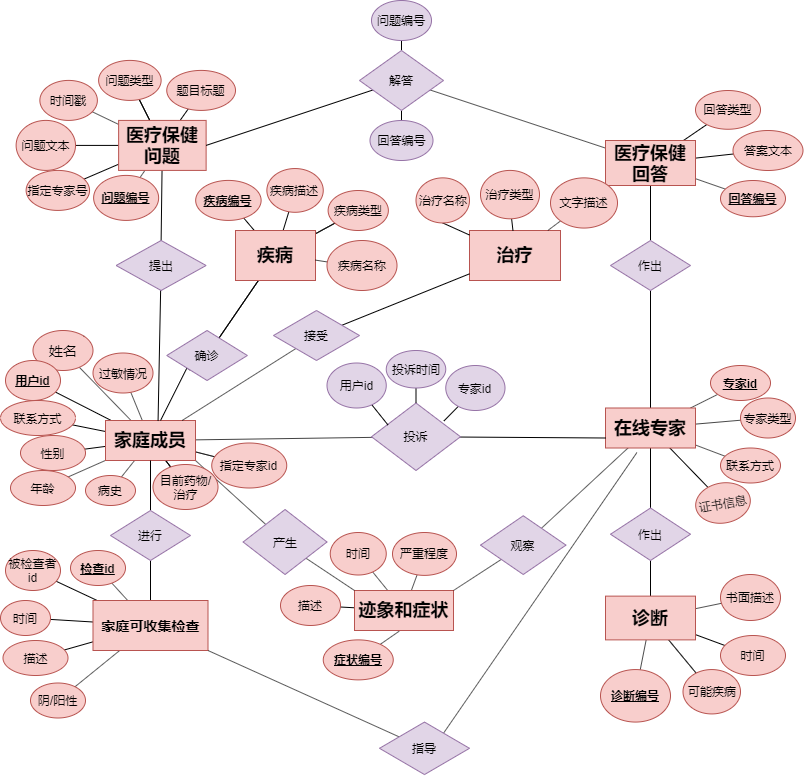
Earlier version of the draw.io export Untitled Diagram.png (little-minjie/z). Source tidied: cells renumbered, new cells last; positions are measured from the earlier drawing's top-left corner, leaving out a move shared by most shapes.
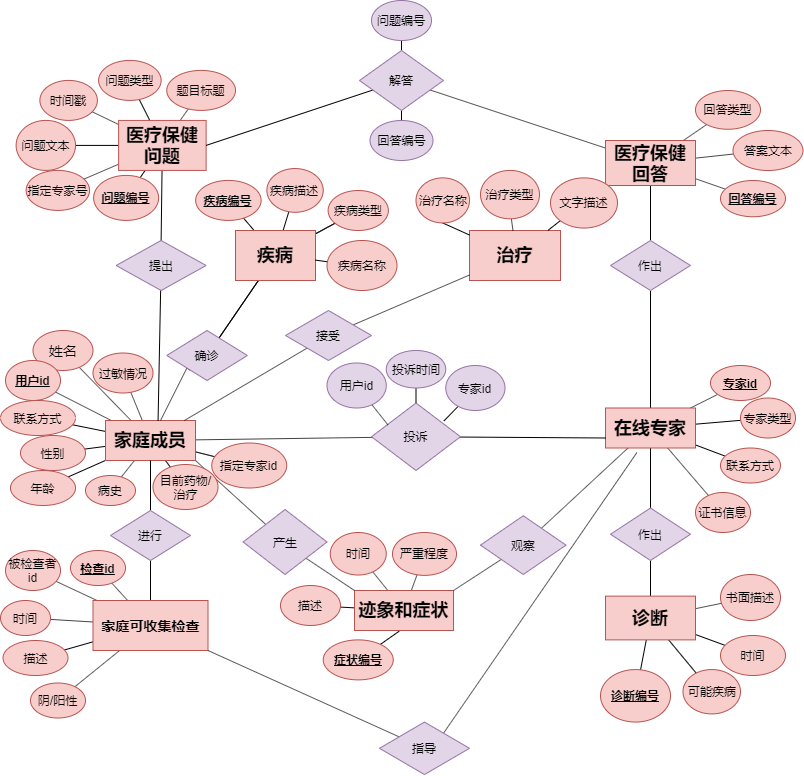
The same diagram one commit later.

Diff of the diagram source:
```diff
@@ -104,8 +104,8 @@
     <mxCell id="35" value="联系方式" style="ellipse;whiteSpace=wrap;html=1;strokeColor=#b85450;fillColor=#f8cecc;" parent="1" vertex="1">
       <mxGeometry x="720" y="447.5" width="60" height="35" as="geometry" />
     </mxCell>
-    <mxCell id="36" value="证书信息" style="ellipse;whiteSpace=wrap;html=1;strokeColor=#b85450;fillColor=#f8cecc;rotation=-10;" parent="1" vertex="1">
-      <mxGeometry x="695" y="482.5" width="55" height="40" as="geometry" />
+    <mxCell id="36" value="证书信息" style="ellipse;whiteSpace=wrap;html=1;strokeColor=#b85450;fillColor=#f8cecc;rotation=0;" parent="1" vertex="1">
+      <mxGeometry x="695" y="492" width="55" height="40" as="geometry" />
     </mxCell>
     <mxCell id="37" style="edgeStyle=none;rounded=0;jettySize=auto;html=1;startArrow=none;startFill=0;endArrow=none;endFill=0;strokeColor=#000000;" parent="1" edge="1" source="39" target="15">
       <mxGeometry relative="1" as="geometry" />
@@ -233,7 +233,7 @@
     <mxCell id="78" value="&lt;h2&gt;医疗保健回答&lt;/h2&gt;" style="whiteSpace=wrap;html=1;strokeColor=#b85450;fillColor=#f8cecc;" parent="1" vertex="1">
       <mxGeometry x="605" y="140" width="90" height="45" as="geometry" />
     </mxCell>
-    <mxCell id="79" style="edgeStyle=none;rounded=0;jettySize=auto;html=1;entryX=1;entryY=0.5;entryDx=0;entryDy=0;startArrow=none;startFill=0;endArrow=none;endFill=0;strokeColor=#000000;sketch=0;" parent="1" edge="1" source="82" target="65">
+    <mxCell id="79" style="edgeStyle=none;rounded=0;jettySize=auto;html=1;entryX=1;entryY=0.5;entryDx=0;entryDy=0;startArrow=none;startFill=0;endArrow=none;endFill=0;strokeColor=#000000;" parent="1" edge="1" source="82" target="65">
       <mxGeometry relative="1" as="geometry" />
     </mxCell>
     <mxCell id="80" style="edgeStyle=none;rounded=0;jettySize=auto;html=1;startArrow=none;startFill=0;endArrow=none;endFill=0;strokeColor=#000000;" parent="1" edge="1" source="82" target="86">
@@ -437,7 +437,7 @@
       <mxGeometry relative="1" as="geometry" />
     </mxCell>
     <mxCell id="146" value="接受" style="rhombus;whiteSpace=wrap;html=1;fillColor=#e1d5e7;strokeColor=#9673a6;" parent="1" vertex="1">
-      <mxGeometry x="273" y="310" width="86" height="50" as="geometry" />
+      <mxGeometry x="285" y="310" width="86" height="50" as="geometry" />
     </mxCell>
   </root>
 </mxGraphModel>
```
